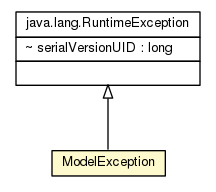
Above: doc/main/ModelException.png in sinopeus/asteroids (Graphviz), before the change. Its source is kept beside it as doc/main/ModelException.dot. Source of this version:
```dot

digraph G {
	edge [fontname="Helvetica",fontsize=10,labelfontname="Helvetica",labelfontsize=10];
	node [fontname="Helvetica",fontsize=10,shape=plaintext];
	nodesep=0.25;
	ranksep=0.5;
	c12423 [label=<<table title="main.ModelException" border="0" cellborder="1" cellspacing="0" cellpadding="2" port="p" bgcolor="lemonChiffon" href="./ModelException.html">
		<tr><td><table border="0" cellspacing="0" cellpadding="1">
<tr><td align="center" balign="center"> ModelException </td></tr>
		</table></td></tr>
		</table>>, URL="./ModelException.html", fontname="Helvetica", fontcolor="black", fontsize=10.0];
	c12538:p -> c12423:p [dir=back,arrowtail=empty];
	c12538 [label=<<table title="java.lang.RuntimeException" border="0" cellborder="1" cellspacing="0" cellpadding="2" port="p" href="http://java.sun.com/j2se/1.4.2/docs/api/java/lang/RuntimeException.html">
		<tr><td><table border="0" cellspacing="0" cellpadding="1">
<tr><td align="center" balign="center"> java.lang.RuntimeException </td></tr>
		</table></td></tr>
		<tr><td><table border="0" cellspacing="0" cellpadding="1">
<tr><td align="left" balign="left"> ~ serialVersionUID : long </td></tr>
		</table></td></tr>
		<tr><td><table border="0" cellspacing="0" cellpadding="1">
<tr><td align="left" balign="left">  </td></tr>
		</table></td></tr>
		</table>>, URL="http://java.sun.com/j2se/1.4.2/docs/api/java/lang/RuntimeException.html", fontname="Helvetica", fontcolor="black", fontsize=10.0];
}
```
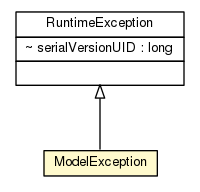
After the change.

The edit, as a diff of the source:
```diff
@@ -12,7 +12,7 @@
 	c12538:p -> c12423:p [dir=back,arrowtail=empty];
 	c12538 [label=<<table title="java.lang.RuntimeException" border="0" cellborder="1" cellspacing="0" cellpadding="2" port="p" href="http://java.sun.com/j2se/1.4.2/docs/api/java/lang/RuntimeException.html">
 		<tr><td><table border="0" cellspacing="0" cellpadding="1">
-<tr><td align="center" balign="center"> java.lang.RuntimeException </td></tr>
+<tr><td align="center" balign="center"> RuntimeException </td></tr>
 		</table></td></tr>
 		<tr><td><table border="0" cellspacing="0" cellpadding="1">
 <tr><td align="left" balign="left"> ~ serialVersionUID : long </td></tr>
```
